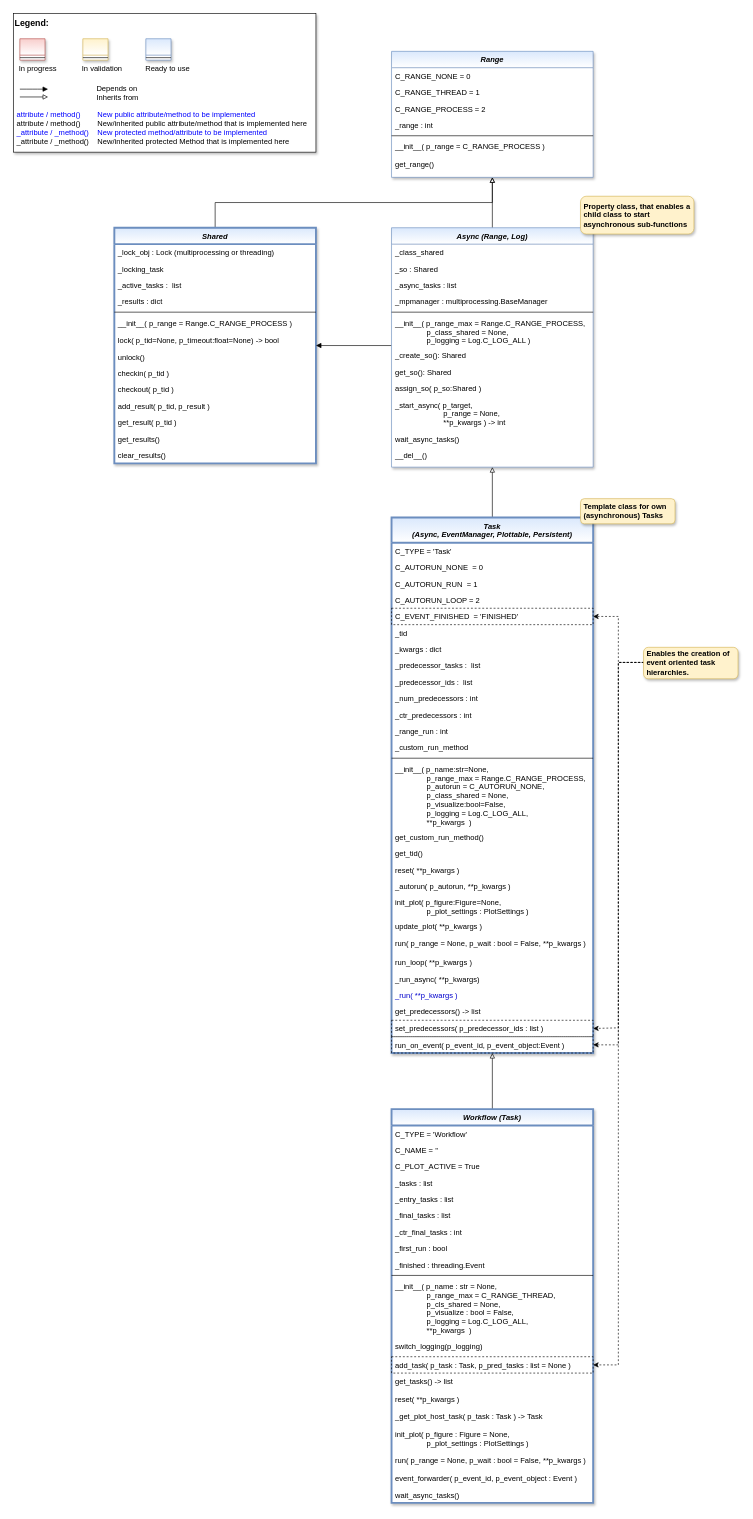
Before: doc/rtd/content/99_appendices/appendix2/sub/core/mlpro_bf/layer1_computation/images/MLPro-BF-MT_class_diagram.drawio in fhswf/MLPro, a draw.io diagram. Source tidied: cells renumbered, new cells numbered last; positions are measured from the earlier drawing's top-left corner, leaving out a move shared by most shapes. Both pictures are drawn from the tidied source at 63%, with x=0, y=0 at pixel (13, 13).
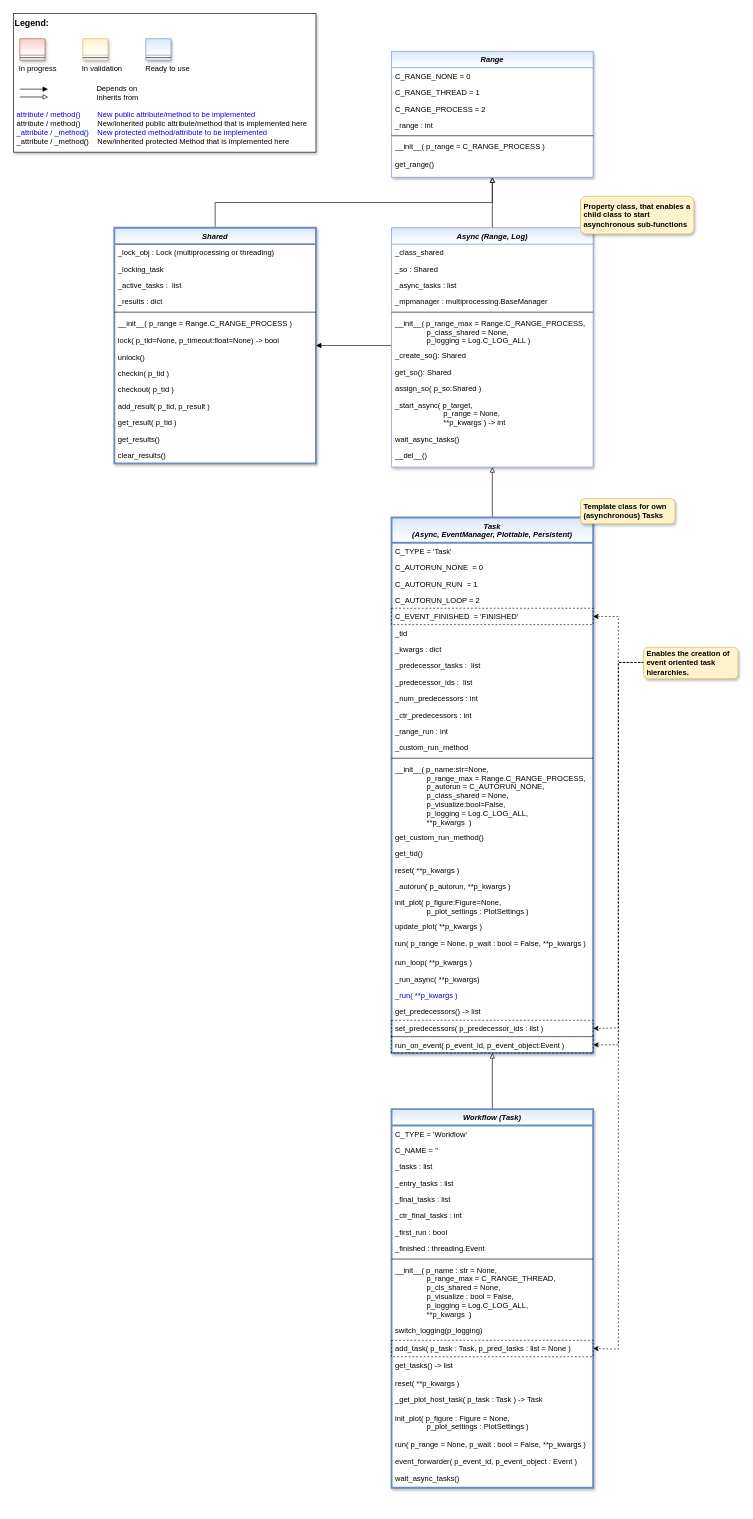
The same page after the edit.

Commit message (it also covers changes not shown here):
refactoring bf.mt.Workflow regarding plot behavior

Unchanged cells that the change refers to:
```xml
<mxCell id="100" value="Enables the creation of event oriented task hierarchies." style="rounded=1;whiteSpace=wrap;html=1;fillColor=#fff2cc;strokeColor=#d6b656;shadow=1;gradientColor=none;fontStyle=1;align=left;verticalAlign=middle;spacingRight=3;spacingLeft=3;" parent="1" vertex="1">
  <mxGeometry x="1000" y="1006" width="150" height="50" as="geometry" />
</mxCell>
```

Diff of the diagram source:
```diff
@@
     <mxCell id="75" value="Workflow (Task)" style="swimlane;fontStyle=3;align=center;verticalAlign=top;horizontal=1;startSize=26;rounded=0;shadow=1;strokeWidth=3;fillColor=#dae8fc;strokeColor=#6c8ebf;glass=0;swimlaneFillColor=#ffffff;gradientColor=#FFFFFF;" parent="1" vertex="1">
-      <mxGeometry x="600" y="1739" width="320" height="625" as="geometry" />
+      <mxGeometry x="600" y="1739" width="320" height="601" as="geometry" />
     </mxCell>
@@
-    <mxCell id="78" value="C_PLOT_ACTIVE = True" style="text;align=left;verticalAlign=top;spacingLeft=4;spacingRight=4;overflow=hidden;" parent="75" vertex="1">
-      <mxGeometry y="78" width="320" height="26" as="geometry" />
-    </mxCell>
     <mxCell id="79" value="_tasks : list" style="text;align=left;verticalAlign=top;spacingLeft=4;spacingRight=4;overflow=hidden;" parent="75" vertex="1">
-      <mxGeometry y="104" width="320" height="26" as="geometry" />
+      <mxGeometry y="78" width="320" height="26" as="geometry" />
     </mxCell>
     <mxCell id="80" value="_entry_tasks : list" style="text;align=left;verticalAlign=top;spacingLeft=4;spacingRight=4;overflow=hidden;" parent="75" vertex="1">
-      <mxGeometry y="130" width="320" height="26" as="geometry" />
+      <mxGeometry y="104" width="320" height="26" as="geometry" />
     </mxCell>
     <mxCell id="81" value="_final_tasks : list" style="text;align=left;verticalAlign=top;spacingLeft=4;spacingRight=4;overflow=hidden;" parent="75" vertex="1">
-      <mxGeometry y="156" width="320" height="26" as="geometry" />
+      <mxGeometry y="130" width="320" height="26" as="geometry" />
     </mxCell>
     <mxCell id="82" value="_ctr_final_tasks : int" style="text;align=left;verticalAlign=top;spacingLeft=4;spacingRight=4;overflow=hidden;" parent="75" vertex="1">
-      <mxGeometry y="182" width="320" height="26" as="geometry" />
+      <mxGeometry y="156" width="320" height="26" as="geometry" />
     </mxCell>
     <mxCell id="83" value="_first_run : bool" style="text;align=left;verticalAlign=top;spacingLeft=4;spacingRight=4;overflow=hidden;" parent="75" vertex="1">
-      <mxGeometry y="208" width="320" height="26" as="geometry" />
+      <mxGeometry y="182" width="320" height="26" as="geometry" />
     </mxCell>
     <mxCell id="84" value="_finished : threading.Event" style="text;align=left;verticalAlign=top;spacingLeft=4;spacingRight=4;overflow=hidden;" parent="75" vertex="1">
-      <mxGeometry y="234" width="320" height="26" as="geometry" />
+      <mxGeometry y="208" width="320" height="26" as="geometry" />
     </mxCell>
     <mxCell id="85" style="line;html=1;strokeWidth=1;align=left;verticalAlign=middle;spacingTop=-1;spacingLeft=3;spacingRight=3;labelPosition=right;" parent="75" vertex="1">
-      <mxGeometry y="260" width="320" height="8" as="geometry" />
+      <mxGeometry y="234" width="320" height="8" as="geometry" />
     </mxCell>
     <mxCell id="86" value="__init__( p_name : str = None,&#10;               p_range_max = C_RANGE_THREAD,&#10;               p_cls_shared = None,&#10;               p_visualize : bool = False,&#10;               p_logging = Log.C_LOG_ALL,&#10;               **p_kwargs  )" style="text;align=left;verticalAlign=top;spacingLeft=4;spacingRight=4;overflow=hidden;fontColor=default;" parent="75" vertex="1">
-      <mxGeometry y="268" width="320" height="96" as="geometry" />
+      <mxGeometry y="242" width="320" height="96" as="geometry" />
     </mxCell>
     <mxCell id="87" value="switch_logging(p_logging)" style="text;align=left;verticalAlign=top;spacingLeft=4;spacingRight=4;overflow=hidden;fontColor=default;" parent="75" vertex="1">
-      <mxGeometry y="364" width="320" height="29" as="geometry" />
+      <mxGeometry y="338" width="320" height="29" as="geometry" />
     </mxCell>
     <mxCell id="88" value="add_task( p_task : Task, p_pred_tasks : list = None )" style="text;align=left;verticalAlign=top;spacingLeft=4;spacingRight=4;overflow=hidden;points=[[0,0.5],[1,0.5]];portConstraint=eastwest;fontColor=default;strokeColor=default;dashed=1;" parent="75" vertex="1">
-      <mxGeometry y="393" width="320" height="26" as="geometry" />
+      <mxGeometry y="367" width="320" height="26" as="geometry" />
     </mxCell>
     <mxCell id="89" value="get_tasks() -&gt; list" style="text;align=left;verticalAlign=top;spacingLeft=4;spacingRight=4;overflow=hidden;fontColor=default;" parent="75" vertex="1">
-      <mxGeometry y="419" width="320" height="29" as="geometry" />
+      <mxGeometry y="393" width="320" height="29" as="geometry" />
     </mxCell>
     <mxCell id="90" value="reset( **p_kwargs )" style="text;align=left;verticalAlign=top;spacingLeft=4;spacingRight=4;overflow=hidden;fontColor=default;" parent="75" vertex="1">
-      <mxGeometry y="448" width="320" height="26" as="geometry" />
+      <mxGeometry y="422" width="320" height="26" as="geometry" />
     </mxCell>
     <mxCell id="91" value="_get_plot_host_task( p_task : Task ) -&gt; Task" style="text;align=left;verticalAlign=top;spacingLeft=4;spacingRight=4;overflow=hidden;fontColor=default;" parent="75" vertex="1">
-      <mxGeometry y="474" width="320" height="29" as="geometry" />
+      <mxGeometry y="448" width="320" height="29" as="geometry" />
     </mxCell>
     <mxCell id="92" value="init_plot( p_figure : Figure = None, &#10;               p_plot_settings : PlotSettings )" style="text;align=left;verticalAlign=top;spacingLeft=4;spacingRight=4;overflow=hidden;fontColor=default;" parent="75" vertex="1">
-      <mxGeometry y="503" width="320" height="42" as="geometry" />
+      <mxGeometry y="477" width="320" height="42" as="geometry" />
     </mxCell>
     <mxCell id="93" value="run( p_range = None, p_wait : bool = False, **p_kwargs )" style="text;align=left;verticalAlign=top;spacingLeft=4;spacingRight=4;overflow=hidden;fontColor=default;" parent="75" vertex="1">
-      <mxGeometry y="545" width="320" height="27" as="geometry" />
+      <mxGeometry y="519" width="320" height="27" as="geometry" />
     </mxCell>
     <mxCell id="94" value="event_forwarder( p_event_id, p_event_object : Event )" style="text;align=left;verticalAlign=top;spacingLeft=4;spacingRight=4;overflow=hidden;fontColor=default;" parent="75" vertex="1">
-      <mxGeometry y="572" width="320" height="27" as="geometry" />
+      <mxGeometry y="546" width="320" height="27" as="geometry" />
     </mxCell>
     <mxCell id="95" value="wait_async_tasks()" style="text;align=left;verticalAlign=top;spacingLeft=4;spacingRight=4;overflow=hidden;fontColor=default;" parent="75" vertex="1">
-      <mxGeometry y="599" width="320" height="26" as="geometry" />
+      <mxGeometry y="573" width="320" height="26" as="geometry" />
     </mxCell>
@@
     <mxCell id="98" style="edgeStyle=orthogonalEdgeStyle;rounded=0;jettySize=auto;html=1;dashed=1;fontColor=#FF0000;entryX=1;entryY=0.5;entryDx=0;entryDy=0;" parent="1" edge="1" source="100" target="88">
       <mxGeometry relative="1" as="geometry">
         <Array as="points">
           <mxPoint x="960" y="1030" />
-          <mxPoint x="960" y="2145" />
+          <mxPoint x="960" y="2120" />
         </Array>
       </mxGeometry>
     </mxCell>
```
